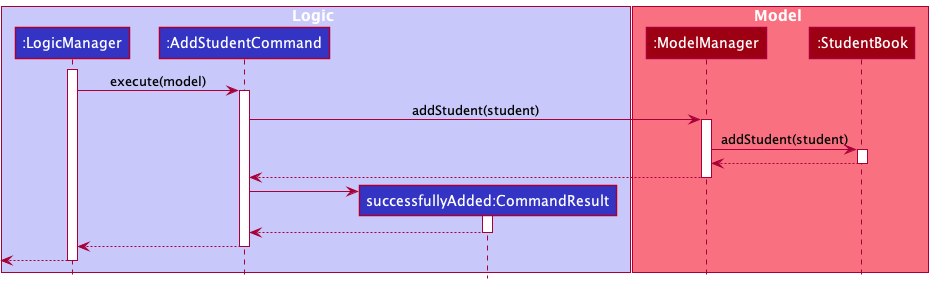
This is docs/images/AddStudentSequenceDiagram.png from nus-cs2103-AY2122S1/tp, a PlantUML export, as it was before one commit.
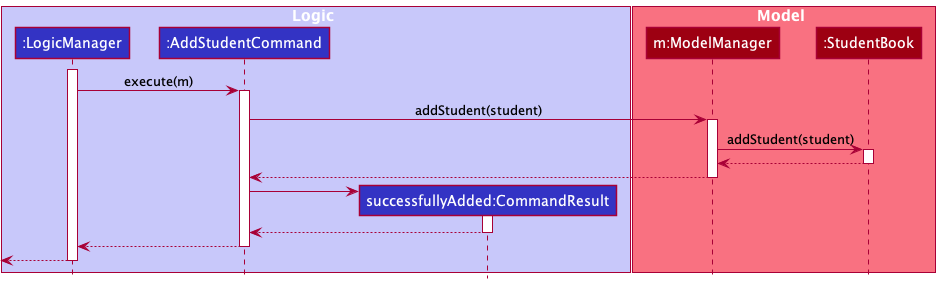
After the commit.

Change to the diagram source:
```diff
@@ -8,13 +8,13 @@
 end box
 
 box Model MODEL_COLOR_T1
-participant ":ModelManager" as ModelManager MODEL_COLOR
+participant "m:ModelManager" as ModelManager MODEL_COLOR
 participant ":StudentBook" as StudentBook MODEL_COLOR
 end box
 
 activate LogicManager
 
-LogicManager -> AddStudentCommand : execute(model)
+LogicManager -> AddStudentCommand : execute(m)
 activate AddStudentCommand
 
 AddStudentCommand -> ModelManager : addStudent(student)
```
